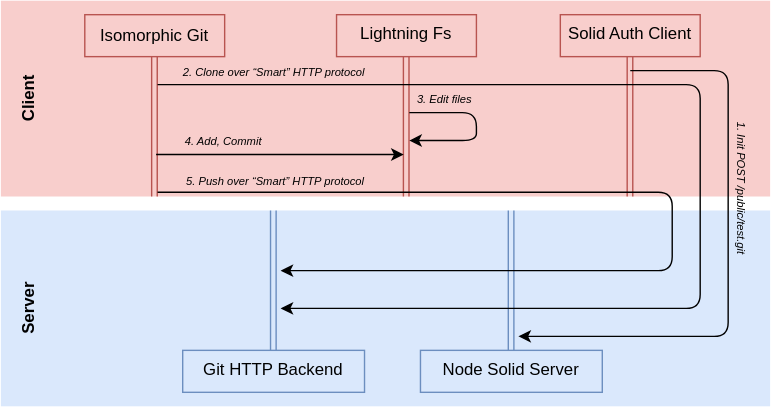
The draw.io diagram examples/isomorphic-git/assets/option-1.svg in FUUbi/solid-git, before a commit. Source tidied: cells renumbered, new cells last; positions are measured from the earlier drawing's top-left corner, leaving out a move shared by most shapes.
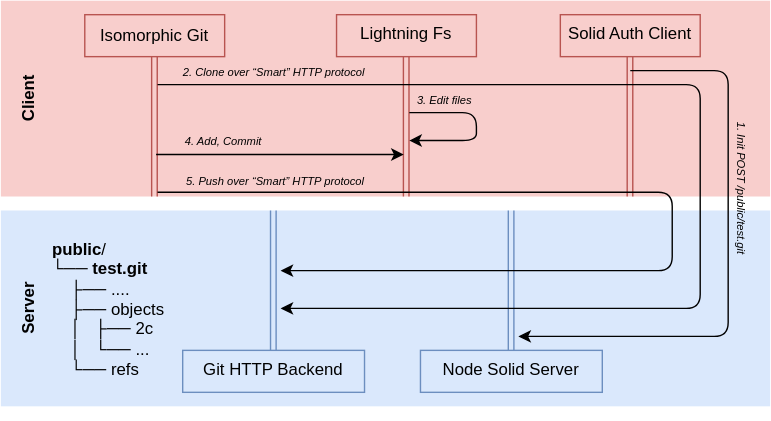
The same diagram one commit later.

What changed in the source:
```diff
@@ -120,5 +120,8 @@
     <mxCell id="25" value="Server" style="text;html=1;strokeColor=none;fillColor=none;align=center;verticalAlign=middle;whiteSpace=wrap;rounded=0;horizontal=0;fontStyle=1;" parent="1" vertex="1">
       <mxGeometry y="150" width="40" height="140" as="geometry" />
     </mxCell>
+    <mxCell id="26" value="&lt;b&gt;public&lt;/b&gt;/&lt;br&gt;&lt;b&gt;└── test.git&lt;/b&gt;&lt;br&gt;&amp;nbsp;&amp;nbsp;&amp;nbsp; ├── ....&lt;br&gt;&amp;nbsp;&amp;nbsp;&amp;nbsp; ├── objects&lt;br&gt;&amp;nbsp;&amp;nbsp;&amp;nbsp; │&amp;nbsp;&amp;nbsp; ├── 2c&lt;br&gt;&amp;nbsp;&amp;nbsp;&amp;nbsp; │&amp;nbsp;&amp;nbsp; └── ...&lt;br&gt;&amp;nbsp;&amp;nbsp;&amp;nbsp; └── refs&lt;br&gt;&amp;nbsp;&amp;nbsp;&amp;nbsp;&amp;nbsp;&amp;nbsp;&amp;nbsp;&amp;nbsp; &lt;br&gt;&amp;nbsp;&amp;nbsp;&amp;nbsp;&amp;nbsp;&amp;nbsp;&amp;nbsp;&amp;nbsp; " style="text;html=1;align=left;verticalAlign=middle;" parent="1" vertex="1">
+      <mxGeometry x="35" y="170" width="90" height="130" as="geometry" />
+    </mxCell>
   </root>
 </mxGraphModel>
```
